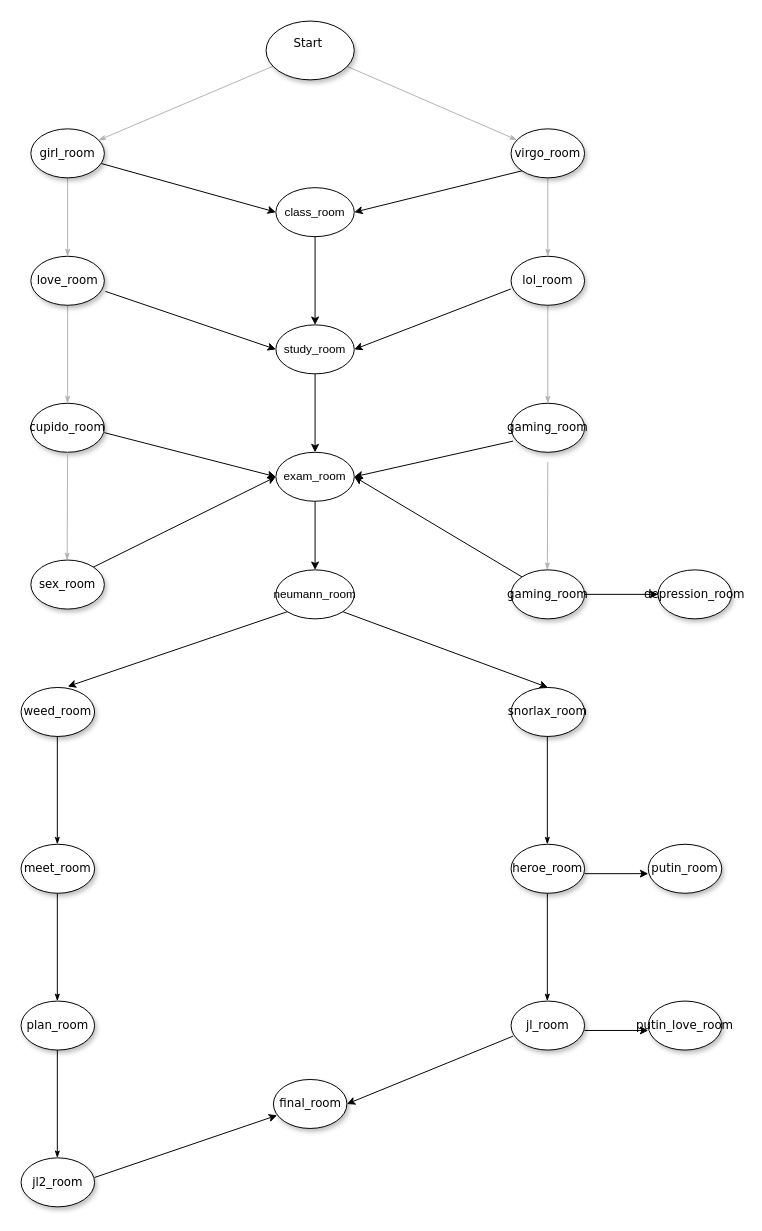
Earlier version of the draw.io diagram Untitled Diagram.drawio (R-kill-9/SobreFIBiendo). Source tidied: cells renumbered, new cells numbered last; positions are measured from the earlier drawing's top-left corner, leaving out a move shared by most shapes. Both pictures are drawn from the tidied source at 98%, with x=0, y=0 at pixel (21, 21).
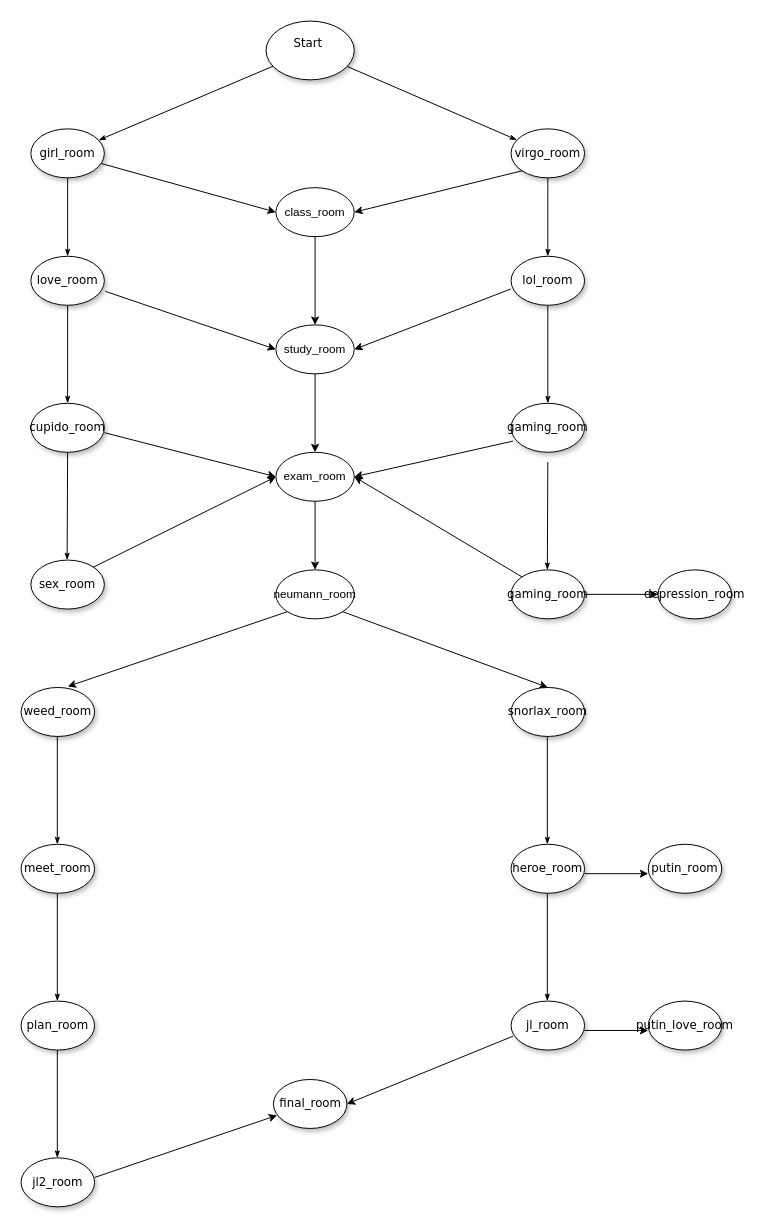
After the change.

Unchanged cells that the change refers to:
```xml
<mxCell id="4" value="Start&amp;nbsp;&lt;div&gt;&lt;br&gt;&lt;/div&gt;" style="ellipse;whiteSpace=wrap;html=1;rounded=0;shadow=1;comic=0;labelBackgroundColor=none;strokeWidth=1;fontFamily=Verdana;fontSize=12;align=center;" parent="1" vertex="1">
  <mxGeometry x="250" width="90" height="60" as="geometry" />
</mxCell>
<mxCell id="6" value="&lt;span&gt;virgo_room&lt;/span&gt;" style="ellipse;whiteSpace=wrap;html=1;rounded=0;shadow=1;comic=0;labelBackgroundColor=none;strokeWidth=1;fontFamily=Verdana;fontSize=12;align=center;" parent="1" vertex="1">
  <mxGeometry x="500" y="110" width="75" height="50" as="geometry" />
</mxCell>
<mxCell id="8" value="&lt;span&gt;lol_room&lt;/span&gt;" style="ellipse;whiteSpace=wrap;html=1;rounded=0;shadow=1;comic=0;labelBackgroundColor=none;strokeWidth=1;fontFamily=Verdana;fontSize=12;align=center;" parent="1" vertex="1">
  <mxGeometry x="500" y="240" width="75" height="50" as="geometry" />
</mxCell>
<mxCell id="9" value="&lt;span&gt;gaming_room&lt;/span&gt;" style="ellipse;whiteSpace=wrap;html=1;rounded=0;shadow=1;comic=0;labelBackgroundColor=none;strokeWidth=1;fontFamily=Verdana;fontSize=12;align=center;" parent="1" vertex="1">
  <mxGeometry x="500" y="390" width="75" height="50" as="geometry" />
</mxCell>
<mxCell id="11" value="girl_room" style="ellipse;whiteSpace=wrap;html=1;rounded=0;shadow=1;comic=0;labelBackgroundColor=none;strokeWidth=1;fontFamily=Verdana;fontSize=12;align=center;" parent="1" vertex="1">
  <mxGeometry x="10" y="110" width="75" height="50" as="geometry" />
</mxCell>
<mxCell id="13" value="&lt;span&gt;love_room&lt;/span&gt;" style="ellipse;whiteSpace=wrap;html=1;rounded=0;shadow=1;comic=0;labelBackgroundColor=none;strokeWidth=1;fontFamily=Verdana;fontSize=12;align=center;" parent="1" vertex="1">
  <mxGeometry x="10" y="240" width="75" height="50" as="geometry" />
</mxCell>
<mxCell id="14" value="&lt;span&gt;cupido_room&lt;/span&gt;" style="ellipse;whiteSpace=wrap;html=1;rounded=0;shadow=1;comic=0;labelBackgroundColor=none;strokeWidth=1;fontFamily=Verdana;fontSize=12;align=center;" parent="1" vertex="1">
  <mxGeometry x="10" y="390" width="75" height="50" as="geometry" />
</mxCell>
```

Change to the diagram source:
```diff
@@
-    <mxCell id="2" style="edgeStyle=none;rounded=1;html=1;labelBackgroundColor=none;startArrow=none;startFill=0;startSize=5;endArrow=classicThin;endFill=1;endSize=5;jettySize=auto;strokeColor=#B3B3B3;strokeWidth=1;fontFamily=Verdana;fontSize=12;" parent="1" edge="1" source="4" target="11">
+    <mxCell id="2" style="edgeStyle=none;rounded=1;html=1;labelBackgroundColor=none;startArrow=none;startFill=0;startSize=5;endArrow=classicThin;endFill=1;endSize=5;jettySize=auto;strokeWidth=1;fontFamily=Verdana;fontSize=12;" parent="1" edge="1" source="4" target="11">
       <mxGeometry x="-0.15" y="47" relative="1" as="geometry" />
     </mxCell>
-    <mxCell id="3" style="edgeStyle=none;rounded=1;html=1;labelBackgroundColor=none;startArrow=none;startFill=0;startSize=5;endArrow=classicThin;endFill=1;endSize=5;jettySize=auto;strokeColor=#B3B3B3;strokeWidth=1;fontFamily=Verdana;fontSize=12;" parent="1" edge="1" source="4" target="6">
+    <mxCell id="3" style="edgeStyle=none;rounded=1;html=1;labelBackgroundColor=none;startArrow=none;startFill=0;startSize=5;endArrow=classicThin;endFill=1;endSize=5;jettySize=auto;strokeWidth=1;fontFamily=Verdana;fontSize=12;" parent="1" edge="1" source="4" target="6">
       <mxGeometry x="-0.03" y="-42" relative="1" as="geometry">
         <mxPoint x="-1" as="offset" />
       </mxGeometry>
     </mxCell>
@@
-    <mxCell id="5" style="edgeStyle=none;rounded=1;html=1;labelBackgroundColor=none;startArrow=none;startFill=0;startSize=5;endArrow=classicThin;endFill=1;endSize=5;jettySize=auto;strokeColor=#B3B3B3;strokeWidth=1;fontFamily=Verdana;fontSize=12;" parent="1" edge="1" source="6" target="8">
+    <mxCell id="5" style="edgeStyle=none;rounded=1;html=1;labelBackgroundColor=none;startArrow=none;startFill=0;startSize=5;endArrow=classicThin;endFill=1;endSize=5;jettySize=auto;strokeWidth=1;fontFamily=Verdana;fontSize=12;" parent="1" edge="1" source="6" target="8">
       <mxGeometry x="0.25" y="83" relative="1" as="geometry" />
     </mxCell>
@@
-    <mxCell id="7" style="edgeStyle=none;rounded=1;html=1;labelBackgroundColor=none;startArrow=none;startFill=0;startSize=5;endArrow=classicThin;endFill=1;endSize=5;jettySize=auto;strokeColor=#B3B3B3;strokeWidth=1;fontFamily=Verdana;fontSize=12;" parent="1" edge="1" source="8" target="9">
+    <mxCell id="7" style="edgeStyle=none;rounded=1;html=1;labelBackgroundColor=none;startArrow=none;startFill=0;startSize=5;endArrow=classicThin;endFill=1;endSize=5;jettySize=auto;strokeWidth=1;fontFamily=Verdana;fontSize=12;" parent="1" edge="1" source="8" target="9">
       <mxGeometry x="0.2" y="63" relative="1" as="geometry" />
     </mxCell>
@@
-    <mxCell id="10" style="edgeStyle=none;rounded=1;html=1;labelBackgroundColor=none;startArrow=none;startFill=0;startSize=5;endArrow=classicThin;endFill=1;endSize=5;jettySize=auto;strokeColor=#B3B3B3;strokeWidth=1;fontFamily=Verdana;fontSize=12;" parent="1" edge="1" source="11" target="13">
+    <mxCell id="10" style="edgeStyle=none;rounded=1;html=1;labelBackgroundColor=none;startArrow=none;startFill=0;startSize=5;endArrow=classicThin;endFill=1;endSize=5;jettySize=auto;strokeWidth=1;fontFamily=Verdana;fontSize=12;" parent="1" edge="1" source="11" target="13">
       <mxGeometry x="0.75" y="83" relative="1" as="geometry" />
     </mxCell>
@@
-    <mxCell id="12" style="edgeStyle=none;rounded=1;html=1;labelBackgroundColor=none;startArrow=none;startFill=0;startSize=5;endArrow=classicThin;endFill=1;endSize=5;jettySize=auto;strokeColor=#B3B3B3;strokeWidth=1;fontFamily=Verdana;fontSize=12;" parent="1" edge="1" source="13" target="14">
+    <mxCell id="12" style="edgeStyle=none;rounded=1;html=1;labelBackgroundColor=none;startArrow=none;startFill=0;startSize=5;endArrow=classicThin;endFill=1;endSize=5;jettySize=auto;strokeWidth=1;fontFamily=Verdana;fontSize=12;" parent="1" edge="1" source="13" target="14">
       <mxGeometry x="0.2" y="73" relative="1" as="geometry" />
     </mxCell>
@@
-    <mxCell id="21" style="edgeStyle=none;rounded=1;html=1;labelBackgroundColor=none;startArrow=none;startFill=0;startSize=5;endArrow=classicThin;endFill=1;endSize=5;jettySize=auto;strokeColor=#B3B3B3;strokeWidth=1;fontFamily=Verdana;fontSize=12;exitX=0.5;exitY=1;exitDx=0;exitDy=0;" parent="1" edge="1" source="14">
+    <mxCell id="21" style="edgeStyle=none;rounded=1;html=1;labelBackgroundColor=none;startArrow=none;startFill=0;startSize=5;endArrow=classicThin;endFill=1;endSize=5;jettySize=auto;strokeWidth=1;fontFamily=Verdana;fontSize=12;exitX=0.5;exitY=1;exitDx=0;exitDy=0;" parent="1" edge="1" source="14">
       <mxGeometry x="0.2" y="73" relative="1" as="geometry">
         <mxPoint x="47" y="550" as="targetPoint" />
       </mxGeometry>
     </mxCell>
@@
-    <mxCell id="31" style="edgeStyle=none;rounded=1;html=1;labelBackgroundColor=none;startArrow=none;startFill=0;startSize=5;endArrow=classicThin;endFill=1;endSize=5;jettySize=auto;orthogonalLoop=1;strokeColor=#B3B3B3;strokeWidth=1;fontFamily=Verdana;fontSize=12;exitX=0.5;exitY=1;exitDx=0;exitDy=0;" parent="1" edge="1">
+    <mxCell id="31" style="edgeStyle=none;rounded=1;html=1;labelBackgroundColor=none;startArrow=none;startFill=0;startSize=5;endArrow=classicThin;endFill=1;endSize=5;jettySize=auto;orthogonalLoop=1;strokeWidth=1;fontFamily=Verdana;fontSize=12;exitX=0.5;exitY=1;exitDx=0;exitDy=0;" parent="1" edge="1">
       <mxGeometry x="0.2" y="73" relative="1" as="geometry">
         <mxPoint x="537.5" y="450" as="sourcePoint" />
         <mxPoint x="537" y="560" as="targetPoint" />
       </mxGeometry>
     </mxCell>
```
